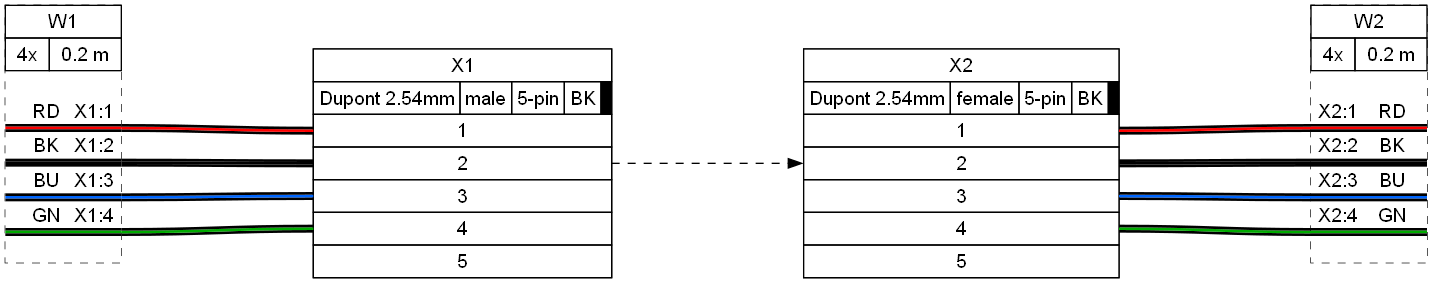
The Graphviz diagram examples/ex12.png in wireviz/WireViz, before a commit. Its source is kept beside it as examples/ex12.gv.
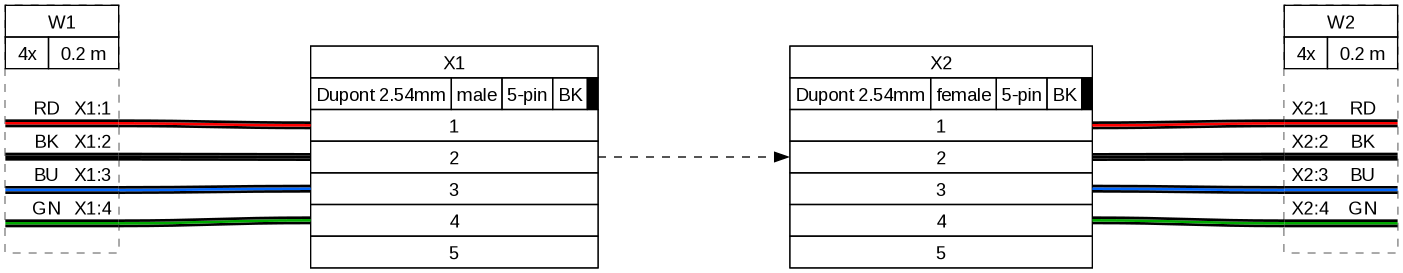
Above is the later version.

What changed in the source:
```diff
@@ -32,27 +32,22 @@
     <tr>
      <td port="p1l">1</td>
 
-     []
     </tr>
     <tr>
      <td port="p2l">2</td>
 
-     []
     </tr>
     <tr>
      <td port="p3l">3</td>
 
-     []
     </tr>
     <tr>
      <td port="p4l">4</td>
 
-     []
     </tr>
     <tr>
      <td port="p5l">5</td>
 
-     []
     </tr>
    </table>
   </td>
@@ -88,27 +83,22 @@
    <table border="0" cellborder="1" cellpadding="3" cellspacing="0">
     <tr>
 
-     []
      <td port="p1r">1</td>
     </tr>
     <tr>
 
-     []
      <td port="p2r">2</td>
     </tr>
     <tr>
 
-     []
      <td port="p3r">3</td>
     </tr>
     <tr>
 
-     []
      <td port="p4r">4</td>
     </tr>
     <tr>
 
-     []
      <td port="p5r">5</td>
     </tr>
    </table>
@@ -152,19 +142,7 @@
      <td align="right">X1:1 </td>
     </tr>
     <tr>
-     <td border="0" cellspacing="0" cellpadding="0" colspan="6" height="6" port="w1">
-      <table border="0" cellborder="0" cellspacing="0">
-       <tr>
-        <td bgcolor="#FFFFFF" border="0" cellpadding="0" colspan="6" height="2"></td>
-       </tr>
-       <tr>
-        <td bgcolor="#FFFFFF" border="0" cellpadding="0" colspan="6" height="2"></td>
-       </tr>
-       <tr>
-        <td bgcolor="#FFFFFF" border="0" cellpadding="0" colspan="6" height="2"></td>
-       </tr>
-      </table>
-     </td>
+     <td border="0" cellspacing="0" cellpadding="0" colspan="6" height="6" port="w1"></td>
     </tr>
     <tr>
      <td align="left"> </td>
@@ -175,19 +153,7 @@
      <td align="right">X1:2 </td>
     </tr>
     <tr>
-     <td border="0" cellspacing="0" cellpadding="0" colspan="6" height="6" port="w2">
-      <table border="0" cellborder="0" cellspacing="0">
-       <tr>
-        <td bgcolor="#FFFFFF" border="0" cellpadding="0" colspan="6" height="2"></td>
-       </tr>
-       <tr>
-        <td bgcolor="#FFFFFF" border="0" cellpadding="0" colspan="6" height="2"></td>
-       </tr>
-       <tr>
-        <td bgcolor="#FFFFFF" border="0" cellpadding="0" colspan="6" height="2"></td>
-       </tr>
-      </table>
-     </td>
+     <td border="0" cellspacing="0" cellpadding="0" colspan="6" height="6" port="w2"></td>
     </tr>
     <tr>
      <td align="left"> </td>
@@ -198,19 +164,7 @@
      <td align="right">X1:3 </td>
     </tr>
     <tr>
-     <td border="0" cellspacing="0" cellpadding="0" colspan="6" height="6" port="w3">
-      <table border="0" cellborder="0" cellspacing="0">
-       <tr>
-        <td bgcolor="#FFFFFF" border="0" cellpadding="0" colspan="6" height="2"></td>
-       </tr>
-       <tr>
-        <td bgcolor="#FFFFFF" border="0" cellpadding="0" colspan="6" height="2"></td>
-       </tr>
-       <tr>
-        <td bgcolor="#FFFFFF" border="0" cellpadding="0" colspan="6" height="2"></td>
-       </tr>
-      </table>
-     </td>
+     <td border="0" cellspacing="0" cellpadding="0" colspan="6" height="6" port="w3"></td>
     </tr>
     <tr>
      <td align="left"> </td>
@@ -221,19 +175,7 @@
      <td align="right">X1:4 </td>
     </tr>
     <tr>
-     <td border="0" cellspacing="0" cellpadding="0" colspan="6" height="6" port="w4">
-      <table border="0" cellborder="0" cellspacing="0">
-       <tr>
-        <td bgcolor="#FFFFFF" border="0" cellpadding="0" colspan="6" height="2"></td>
-       </tr>
-       <tr>
-        <td bgcolor="#FFFFFF" border="0" cellpadding="0" colspan="6" height="2"></td>
-       </tr>
-       <tr>
-        <td bgcolor="#FFFFFF" border="0" cellpadding="0" colspan="6" height="2"></td>
-       </tr>
-      </table>
-     </td>
+     <td border="0" cellspacing="0" cellpadding="0" colspan="6" height="6" port="w4"></td>
     </tr>
     <tr>
      <td>&nbsp;</td>
@@ -291,19 +233,7 @@
      <td align="right"> </td>
     </tr>
     <tr>
-     <td border="0" cellspacing="0" cellpadding="0" colspan="6" height="6" port="w1">
-      <table border="0" cellborder="0" cellspacing="0">
-       <tr>
-        <td bgcolor="#FFFFFF" border="0" cellpadding="0" colspan="6" height="2"></td>
-       </tr>
-       <tr>
-        <td bgcolor="#FFFFFF" border="0" cellpadding="0" colspan="6" height="2"></td>
-       </tr>
-       <tr>
-        <td bgcolor="#FFFFFF" border="0" cellpadding="0" colspan="6" height="2"></td>
-       </tr>
-      </table>
-     </td>
+     <td border="0" cellspacing="0" cellpadding="0" colspan="6" height="6" port="w1"></td>
     </tr>
     <tr>
      <td align="left"> X2:2</td>
@@ -314,19 +244,7 @@
      <td align="right"> </td>
     </tr>
     <tr>
-     <td border="0" cellspacing="0" cellpadding="0" colspan="6" height="6" port="w2">
-      <table border="0" cellborder="0" cellspacing="0">
-       <tr>
-        <td bgcolor="#FFFFFF" border="0" cellpadding="0" colspan="6" height="2"></td>
-       </tr>
-       <tr>
-        <td bgcolor="#FFFFFF" border="0" cellpadding="0" colspan="6" height="2"></td>
-       </tr>
-       <tr>
-        <td bgcolor="#FFFFFF" border="0" cellpadding="0" colspan="6" height="2"></td>
-       </tr>
-      </table>
-     </td>
+     <td border="0" cellspacing="0" cellpadding="0" colspan="6" height="6" port="w2"></td>
     </tr>
     <tr>
      <td align="left"> X2:3</td>
@@ -337,19 +255,7 @@
      <td align="right"> </td>
     </tr>
     <tr>
-     <td border="0" cellspacing="0" cellpadding="0" colspan="6" height="6" port="w3">
-      <table border="0" cellborder="0" cellspacing="0">
-       <tr>
-        <td bgcolor="#FFFFFF" border="0" cellpadding="0" colspan="6" height="2"></td>
-       </tr>
-       <tr>
-        <td bgcolor="#FFFFFF" border="0" cellpadding="0" colspan="6" height="2"></td>
-       </tr>
-       <tr>
-        <td bgcolor="#FFFFFF" border="0" cellpadding="0" colspan="6" height="2"></td>
-       </tr>
-      </table>
-     </td>
+     <td border="0" cellspacing="0" cellpadding="0" colspan="6" height="6" port="w3"></td>
     </tr>
     <tr>
      <td align="left"> X2:4</td>
@@ -360,19 +266,7 @@
      <td align="right"> </td>
     </tr>
     <tr>
-     <td border="0" cellspacing="0" cellpadding="0" colspan="6" height="6" port="w4">
-      <table border="0" cellborder="0" cellspacing="0">
-       <tr>
-        <td bgcolor="#FFFFFF" border="0" cellpadding="0" colspan="6" height="2"></td>
-       </tr>
-       <tr>
-        <td bgcolor="#FFFFFF" border="0" cellpadding="0" colspan="6" height="2"></td>
-       </tr>
-       <tr>
-        <td bgcolor="#FFFFFF" border="0" cellpadding="0" colspan="6" height="2"></td>
-       </tr>
-      </table>
-     </td>
+     <td border="0" cellspacing="0" cellpadding="0" colspan="6" height="6" port="w4"></td>
     </tr>
     <tr>
      <td>&nbsp;</td>
```
